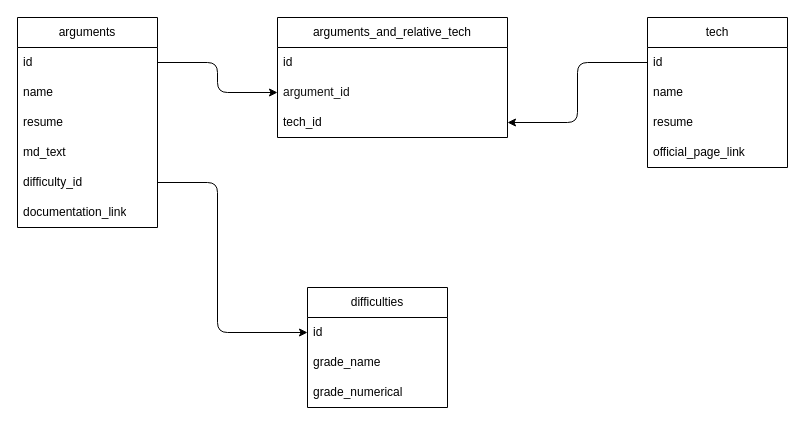
Above: schema.drawio in coluccifrancesco/documentation-webapp (draw.io), before the change. Source tidied: cells renumbered, new cells numbered last; positions are measured from the earlier drawing's top-left corner, leaving out a move shared by most shapes. Both pictures are drawn from the tidied source at 100%, with x=0, y=0 at pixel (17, 17).
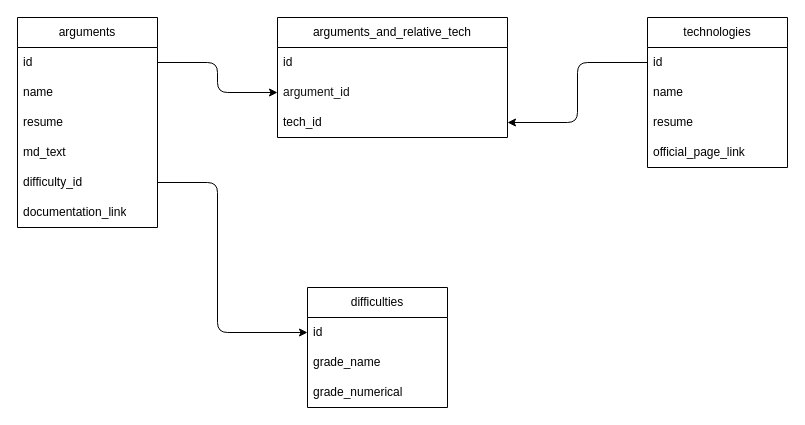
The same diagram, later.

The edit, as a diff of the source:
```diff
@@
-    <mxCell id="9" value="tech" style="swimlane;fontStyle=0;horizontal=1;startSize=30;whiteSpace=wrap;html=1;" parent="1" vertex="1">
+    <mxCell id="9" value="technologies" style="swimlane;fontStyle=0;horizontal=1;startSize=30;whiteSpace=wrap;html=1;" parent="1" vertex="1">
       <mxGeometry x="630" width="140" height="150" as="geometry" />
     </mxCell>
```
